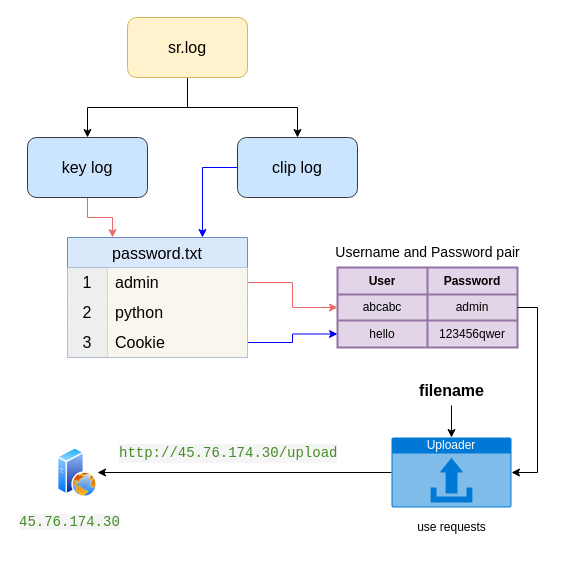
hyperv0id/Pictures keeps this draw.io diagram as page "第 3 页" (3 of 4) of drawio/aqyfx.drawio. Above is the earlier version. Source tidied: cells renumbered, new cells numbered last; positions are measured from the earlier drawing's top-left corner, leaving out a move shared by most shapes. Both pictures are drawn from the tidied source at 100%, with x=0, y=0 at pixel (17, 17).
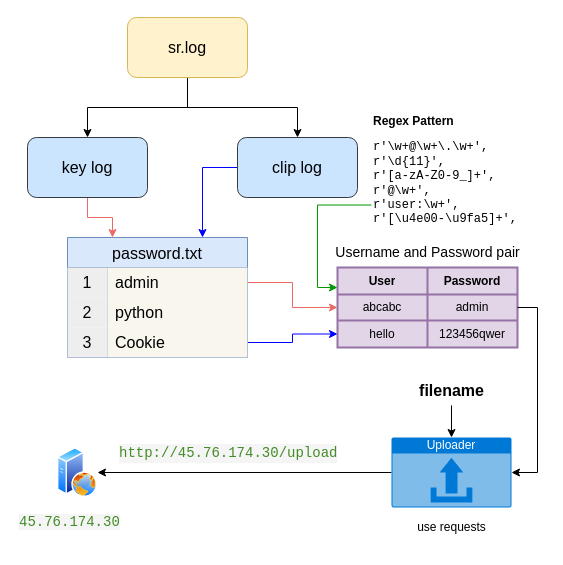
The same page after the edit.

The change refers to these unchanged cells:
```xml
<mxCell id="7" style="shape=table;html=1;whiteSpace=wrap;startSize=0;childLayout=tableLayout;strokeWidth=2;fillColor=#e1d5e7;strokeColor=#9673a6;" parent="1" vertex="1">
  <mxGeometry x="320" y="250" width="180" height="80" as="geometry" />
</mxCell>
```

Diff of the diagram source:
```diff
@@
+    <mxCell id="41" style="edgeStyle=orthogonalEdgeStyle;rounded=0;jettySize=auto;html=1;exitX=0;exitY=0.75;exitDx=0;exitDy=0;entryX=0;entryY=0.25;entryDx=0;entryDy=0;strokeColor=#009900;" parent="1" edge="1" source="42" target="7">
+      <mxGeometry relative="1" as="geometry" />
+    </mxCell>
+    <mxCell id="42" value="&lt;b&gt;Regex Pattern&lt;br&gt;&lt;/b&gt;&lt;pre class=&quot;&quot;&gt;&lt;div class=&quot;line&quot; id=&quot;LC128&quot;&gt;&lt;span class=&quot;sa&quot;&gt;r&lt;/span&gt;&lt;span class=&quot;s&quot;&gt;'\w+@\w+\.\w+'&lt;/span&gt;&lt;span class=&quot;p&quot;&gt;,&lt;/span&gt;&lt;br&gt;&lt;/div&gt;&lt;div class=&quot;line&quot; id=&quot;LC129&quot;&gt;&lt;span class=&quot;sa&quot;&gt;r&lt;/span&gt;&lt;span class=&quot;s&quot;&gt;'\d{11}'&lt;/span&gt;&lt;span class=&quot;p&quot;&gt;,&lt;/span&gt;   &lt;/div&gt;&lt;div class=&quot;line&quot;&gt;&lt;span class=&quot;sa&quot;&gt;r&lt;/span&gt;&lt;span class=&quot;s&quot;&gt;'[a-zA-Z0-9_]+'&lt;/span&gt;&lt;span class=&quot;p&quot;&gt;,&lt;/span&gt; &lt;br&gt;&lt;/div&gt;&lt;div class=&quot;line&quot; id=&quot;LC131&quot;&gt;&lt;span class=&quot;sa&quot;&gt;r&lt;/span&gt;&lt;span class=&quot;s&quot;&gt;'@\w+'&lt;/span&gt;&lt;span class=&quot;p&quot;&gt;,&lt;/span&gt;    &lt;/div&gt;&lt;div class=&quot;line&quot;&gt;&lt;span class=&quot;sa&quot;&gt;r&lt;/span&gt;&lt;span class=&quot;s&quot;&gt;'user:\w+'&lt;/span&gt;&lt;span class=&quot;p&quot;&gt;,&lt;/span&gt;&lt;br&gt;&lt;/div&gt;&lt;div class=&quot;line&quot; id=&quot;LC133&quot;&gt;r&lt;span class=&quot;s&quot;&gt;'[\u4e00-\u9fa5]+'&lt;/span&gt;&lt;span class=&quot;p&quot;&gt;,&lt;/span&gt;&lt;br&gt;&lt;/div&gt;&lt;/pre&gt;" style="text;whiteSpace=wrap;html=1;" parent="1" vertex="1">
+      <mxGeometry x="354" y="90" width="140" height="130" as="geometry" />
+    </mxCell>
```
